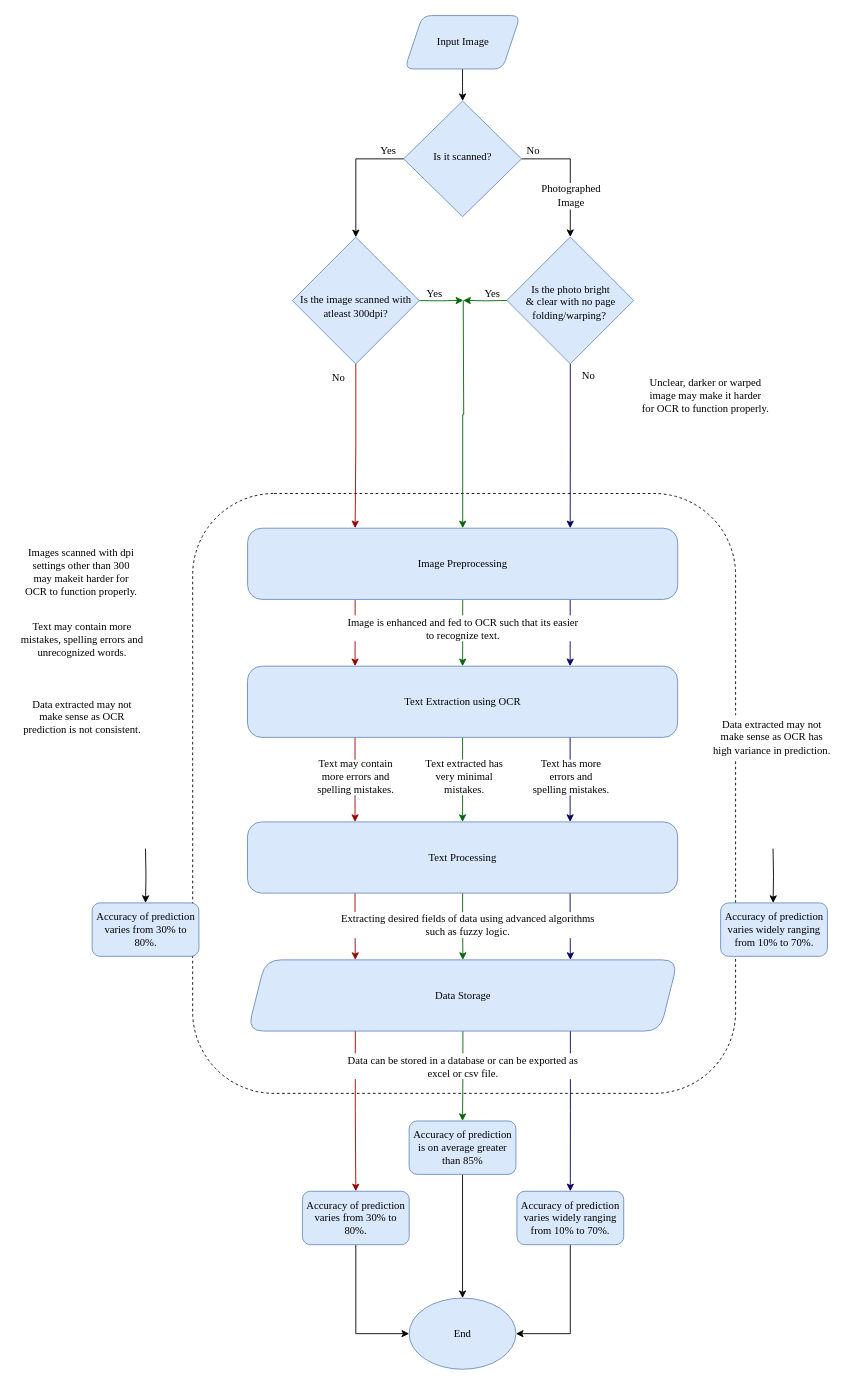
Earlier version of the draw.io diagram page "Page-3" (3 of 3) of workflow3.drawio (NiThIn-S/first). Source tidied: cells renumbered, new cells numbered last; positions are measured from the earlier drawing's top-left corner, leaving out a move shared by most shapes. Both pictures are drawn from the tidied source at 89%, with x=0, y=0 at pixel (15, 15).
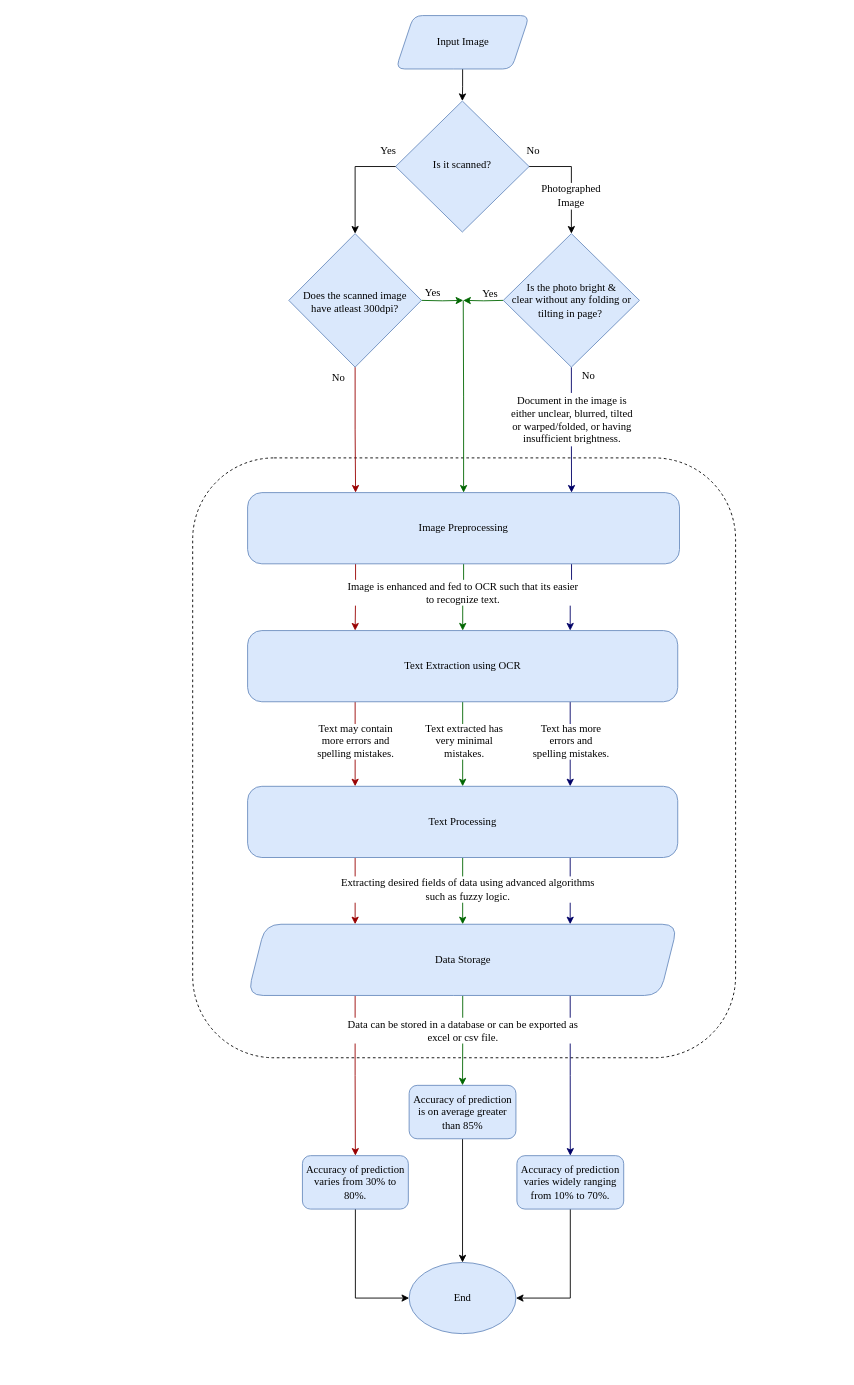
The same diagram, later.

Change to the diagram source:
```diff
@@
     <mxCell id="2" style="rounded=1;whiteSpace=wrap;html=1;labelBackgroundColor=none;textOpacity=0;glass=0;sketch=0;shadow=0;fillColor=none;dashed=1;" parent="1" vertex="1">
-      <mxGeometry x="199" y="537" width="610" height="674" as="geometry" />
+      <mxGeometry x="199" y="497" width="610" height="674" as="geometry" />
     </mxCell>
@@
-    <mxCell id="5" value="Is the photo bright&lt;div&gt;&amp;amp; clear with no page folding/warping?&amp;nbsp; &lt;br&gt;&lt;/div&gt;" style="rhombus;whiteSpace=wrap;shadow=0;fontFamily=Times New Roman;fontSize=12;align=center;strokeWidth=1;spacing=6;spacingTop=4;verticalAlign=middle;textDirection=ltr;html=1;horizontal=1;fillColor=#dae8fc;strokeColor=#6c8ebf;labelPosition=center;verticalLabelPosition=middle;spacingLeft=1;" parent="1" vertex="1">
-      <mxGeometry x="552" y="248.8" width="142.5" height="142.5" as="geometry" />
+    <mxCell id="5" value="&lt;div&gt;Is the photo bright &amp;amp; &lt;br&gt;&lt;/div&gt;&lt;div&gt;clear without any folding or tilting in page?&amp;nbsp; &lt;/div&gt;" style="rhombus;whiteSpace=wrap;shadow=0;fontFamily=Times New Roman;fontSize=12;align=center;strokeWidth=1;spacing=7;spacingTop=0;verticalAlign=middle;textDirection=ltr;html=1;horizontal=1;fillColor=#dae8fc;strokeColor=#6c8ebf;labelPosition=center;verticalLabelPosition=middle;spacingLeft=3;spacingRight=2;" parent="1" vertex="1">
+      <mxGeometry x="548" y="245" width="153" height="150" as="geometry" />
     </mxCell>
@@
     <mxCell id="7" value="&lt;br&gt;&lt;br&gt;&lt;p class=&quot;MsoNormal&quot; style=&quot;text-align: center&quot; align=&quot;center&quot;&gt;&lt;span lang=&quot;EN-IN&quot;&gt;Is it scanned?&lt;/span&gt;&lt;/p&gt;&lt;br&gt;&lt;br&gt;" style="rhombus;whiteSpace=wrap;html=1;shadow=0;fontFamily=Times New Roman;fontSize=12;align=center;strokeWidth=1;spacing=6;spacingTop=-4;fillColor=#dae8fc;strokeColor=#6c8ebf;" parent="1" vertex="1">
-      <mxGeometry x="436" y="96" width="132.5" height="130" as="geometry" />
+      <mxGeometry x="427" y="96" width="150" height="147.2" as="geometry" />
     </mxCell>
@@
-    <mxCell id="11" value="&lt;div&gt;&lt;span&gt;&lt;br&gt;&lt;/span&gt;&lt;/div&gt;&lt;div&gt;&lt;span&gt;Is the image scanned&lt;/span&gt;&lt;span&gt; with atleast 300dpi? &lt;/span&gt;&lt;/div&gt;" style="rhombus;whiteSpace=wrap;shadow=0;fontFamily=Times New Roman;fontSize=12;align=center;strokeWidth=1;spacing=6;spacingTop=-1;verticalAlign=middle;textDirection=ltr;html=1;horizontal=1;fillColor=#dae8fc;strokeColor=#6c8ebf;labelPosition=center;verticalLabelPosition=middle;" parent="1" vertex="1">
-      <mxGeometry x="311" y="249" width="142.5" height="142.5" as="geometry" />
+    <mxCell id="11" value="&lt;div&gt;&lt;span&gt;Does the scanned image &lt;/span&gt;&lt;span&gt;have atleast 300dpi? &lt;/span&gt;&lt;/div&gt;" style="rhombus;whiteSpace=wrap;shadow=0;fontFamily=Times New Roman;fontSize=12;align=center;strokeWidth=1;spacing=7;spacingTop=4;verticalAlign=middle;textDirection=ltr;html=1;horizontal=1;fillColor=#dae8fc;strokeColor=#6c8ebf;labelPosition=center;verticalLabelPosition=middle;" parent="1" vertex="1">
+      <mxGeometry x="307" y="245" width="149" height="150" as="geometry" />
     </mxCell>
@@
     <mxCell id="19" value="&lt;div&gt;&lt;span&gt;Image Preprocessing&lt;/span&gt;&lt;/div&gt;" style="rounded=1;whiteSpace=wrap;html=1;align=center;fillColor=#dae8fc;strokeColor=#6c8ebf;fontFamily=Times New Roman;fontStyle=0;arcSize=20;" parent="1" vertex="1">
-      <mxGeometry x="260.7" y="576" width="483.3" height="80" as="geometry" />
+      <mxGeometry x="260.7" y="536" width="485.3" height="80" as="geometry" />
     </mxCell>
@@
     <mxCell id="21" value="&#10;Input Image&#10;&#10;" style="shape=parallelogram;perimeter=parallelogramPerimeter;whiteSpace=wrap;html=1;fixedSize=1;rounded=1;strokeColor=#6c8ebf;fillColor=#dae8fc;labelPosition=center;verticalLabelPosition=middle;align=center;verticalAlign=middle;strokeWidth=1;spacingLeft=2;spacingTop=13;fontFamily=Times New Roman;" parent="1" vertex="1">
-      <mxGeometry x="437.3" width="129.8" height="60" as="geometry" />
+      <mxGeometry x="427.3" width="150" height="60" as="geometry" />
     </mxCell>
     <mxCell id="22" value="Yes" style="text;html=1;strokeColor=none;fillColor=none;align=center;verticalAlign=middle;whiteSpace=wrap;rounded=0;fontFamily=Times New Roman;" parent="1" vertex="1">
-      <mxGeometry x="451" y="303" width="40" height="20" as="geometry" />
+      <mxGeometry x="463" y="306" width="12" height="12" as="geometry" />
     </mxCell>
@@
     <mxCell id="25" value="End" style="ellipse;whiteSpace=wrap;html=1;rounded=1;strokeColor=#6c8ebf;fillColor=#dae8fc;spacingTop=-1;spacingLeft=1;fontFamily=Times New Roman;" parent="1" vertex="1">
-      <mxGeometry x="442.2" y="1441" width="120" height="80" as="geometry" />
+      <mxGeometry x="442.2" y="1401" width="120" height="80" as="geometry" />
     </mxCell>
-    <mxCell id="26" style="edgeStyle=orthogonalEdgeStyle;rounded=0;orthogonalLoop=1;jettySize=auto;html=1;" parent="1" edge="1">
-      <mxGeometry relative="1" as="geometry">
-        <mxPoint x="851.1" y="936" as="sourcePoint" />
-        <mxPoint x="851.2" y="997" as="targetPoint" />
-      </mxGeometry>
-    </mxCell>
-    <mxCell id="27" value="&lt;div&gt;Unclear, darker or warped&lt;/div&gt;&lt;div&gt; image may make it harder&lt;/div&gt;&lt;div&gt; for OCR to function properly.&lt;/div&gt;" style="text;html=1;strokeColor=none;align=center;verticalAlign=middle;whiteSpace=wrap;rounded=0;fontSize=12;fontFamily=Times New Roman;fillColor=#ffffff;" parent="1" vertex="1">
-      <mxGeometry x="700" y="397" width="151" height="60" as="geometry" />
+    <mxCell id="27" value="&lt;div&gt;Document in the image is either unclear, blurred, tilted or warped/folded, or having insufficient brightness.&lt;/div&gt;" style="text;html=1;strokeColor=none;align=center;verticalAlign=middle;whiteSpace=wrap;rounded=0;fontSize=12;fontFamily=Times New Roman;fillColor=#ffffff;" parent="1" vertex="1">
+      <mxGeometry x="550" y="424" width="151" height="60" as="geometry" />
     </mxCell>
-    <mxCell id="28" value="&lt;div&gt;Data extracted may not &lt;br&gt;&lt;/div&gt;&lt;div&gt;make sense as OCR has&lt;/div&gt;&lt;div&gt; high variance in prediction.&lt;br&gt;&lt;/div&gt;" style="text;html=1;strokeColor=none;align=center;verticalAlign=middle;whiteSpace=wrap;rounded=0;fontSize=12;fontFamily=Times New Roman;fillColor=#ffffff;" parent="1" vertex="1">
-      <mxGeometry x="775" y="786" width="150" height="50" as="geometry" />
-    </mxCell>
-    <mxCell id="29" style="edgeStyle=orthogonalEdgeStyle;rounded=0;jettySize=auto;html=1;" parent="1" edge="1" target="35">
-      <mxGeometry relative="1" as="geometry">
-        <mxPoint x="146" y="936" as="sourcePoint" />
-      </mxGeometry>
-    </mxCell>
-    <mxCell id="30" value="&lt;div&gt;Text may contain more mistakes, spelling errors and unrecognized words.&lt;br&gt;&lt;/div&gt;" style="text;html=1;align=center;verticalAlign=middle;whiteSpace=wrap;rounded=0;fontSize=12;fontFamily=Times New Roman;fillColor=#ffffff;" parent="1" vertex="1">
-      <mxGeometry y="681" width="150" height="40" as="geometry" />
-    </mxCell>
-    <mxCell id="31" value="&lt;div&gt;Data extracted may not make sense as OCR prediction is not consistent.&lt;br&gt;&lt;/div&gt;" style="text;html=1;strokeColor=none;align=center;verticalAlign=middle;whiteSpace=wrap;rounded=0;fontSize=12;fontFamily=Times New Roman;fillColor=#ffffff;" parent="1" vertex="1">
-      <mxGeometry x="7" y="762.5" width="136" height="51" as="geometry" />
-    </mxCell>
-    <mxCell id="32" value="&lt;div&gt;Images scanned with dpi&lt;/div&gt;&lt;div&gt; settings other than 300 &lt;br&gt;&lt;/div&gt;&lt;div&gt;may makeit harder for &lt;br&gt;&lt;/div&gt;&lt;div&gt;OCR to function properly. &lt;br&gt;&lt;/div&gt;" style="text;strokeColor=none;align=center;verticalAlign=middle;rounded=0;fontSize=12;textDirection=ltr;html=1;whiteSpace=wrap;labelBorderColor=none;labelBackgroundColor=none;fontStyle=0;fontFamily=Times New Roman;fillColor=#ffffff;" parent="1" vertex="1">
-      <mxGeometry x="5" y="598.5" width="138.1" height="52.5" as="geometry" />
-    </mxCell>
@@
     <mxCell id="34" value="Accuracy of prediction is on average greater than 85%" style="whiteSpace=wrap;html=1;rounded=1;fontFamily=Times New Roman;strokeColor=#6c8ebf;fillColor=#dae8fc;spacingTop=-1;spacingLeft=1;" parent="1" vertex="1">
-      <mxGeometry x="442.2" y="1242" width="120" height="60" as="geometry" />
+      <mxGeometry x="442.2" y="1202" width="120" height="60" as="geometry" />
     </mxCell>
-    <mxCell id="35" value="&lt;div&gt;Accuracy of prediction &lt;br&gt;&lt;/div&gt;&lt;div&gt;varies from 30% to 80%.&lt;/div&gt;" style="whiteSpace=wrap;html=1;rounded=1;fontFamily=Times New Roman;strokeColor=#6c8ebf;fillColor=#dae8fc;spacingTop=-1;spacingLeft=1;" parent="1" vertex="1">
-      <mxGeometry x="86" y="997" width="120" height="60" as="geometry" />
-    </mxCell>
-    <mxCell id="36" value="Accuracy of prediction varies widely ranging from 10% to 70%." style="whiteSpace=wrap;html=1;rounded=1;fontFamily=Times New Roman;strokeColor=#6c8ebf;fillColor=#dae8fc;spacingTop=-1;spacingLeft=1;" parent="1" vertex="1">
-      <mxGeometry x="792.2" y="997" width="120" height="60" as="geometry" />
-    </mxCell>
     <mxCell id="37" value="Yes" style="text;html=1;strokeColor=none;fillColor=none;align=center;verticalAlign=middle;whiteSpace=wrap;rounded=0;fontFamily=Times New Roman;" parent="1" vertex="1">
-      <mxGeometry x="515.5" y="303" width="40" height="20" as="geometry" />
+      <mxGeometry x="522.5" y="308" width="20.5" height="9" as="geometry" />
     </mxCell>
@@
     <mxCell id="41" value="&lt;div&gt;Text Extraction using OCR&lt;/div&gt;" style="rounded=1;whiteSpace=wrap;html=1;align=center;fillColor=#dae8fc;strokeColor=#6c8ebf;fontFamily=Times New Roman;fontStyle=0;arcSize=20;" parent="1" vertex="1">
-      <mxGeometry x="260.6" y="731" width="483.3" height="80" as="geometry" />
+      <mxGeometry x="260.7" y="691" width="483.3" height="80" as="geometry" />
     </mxCell>
     <mxCell id="42" value="Image is enhanced and fed to OCR such that its easier to recognize text." style="text;html=1;strokeColor=none;align=center;verticalAlign=middle;whiteSpace=wrap;rounded=0;fillColor=#ffffff;spacingTop=0;fontFamily=Times New Roman;spacing=2;" parent="1" vertex="1">
-      <mxGeometry x="368" y="674" width="270" height="29" as="geometry" />
+      <mxGeometry x="368" y="634" width="270" height="29" as="geometry" />
     </mxCell>
@@
     <mxCell id="46" value="Text Processing" style="rounded=1;whiteSpace=wrap;html=1;align=center;fillColor=#dae8fc;strokeColor=#6c8ebf;fontFamily=Times New Roman;fontStyle=0;arcSize=20;" parent="1" vertex="1">
-      <mxGeometry x="260.6" y="906" width="483.3" height="80" as="geometry" />
+      <mxGeometry x="260.7" y="866" width="483.3" height="80" as="geometry" />
     </mxCell>
     <mxCell id="47" value="&lt;div&gt;Text extracted has very minimal &lt;br&gt;&lt;/div&gt;&lt;div&gt;mistakes.&lt;/div&gt;" style="text;html=1;strokeColor=none;align=center;verticalAlign=middle;whiteSpace=wrap;rounded=0;fontSize=12;fontFamily=Times New Roman;fillColor=#FFFFFF;spacingTop=-2;" parent="1" vertex="1">
-      <mxGeometry x="457" y="836" width="94.5" height="40" as="geometry" />
+      <mxGeometry x="457" y="796" width="94.5" height="40" as="geometry" />
     </mxCell>
     <mxCell id="48" value="&lt;div&gt;Text may contain &lt;br&gt;&lt;/div&gt;&lt;div&gt;more errors and&lt;/div&gt;&lt;div&gt; spelling mistakes.&lt;br&gt;&lt;/div&gt;" style="text;html=1;align=center;verticalAlign=middle;whiteSpace=wrap;rounded=0;fontSize=12;fontFamily=Times New Roman;fillColor=#ffffff;spacingTop=-2;" parent="1" vertex="1">
-      <mxGeometry x="333" y="836" width="98.5" height="40" as="geometry" />
+      <mxGeometry x="333" y="796" width="98.5" height="40" as="geometry" />
     </mxCell>
     <mxCell id="49" value="&lt;div&gt;Text has more errors and&lt;/div&gt;&lt;div&gt; spelling mistakes.&lt;br&gt;&lt;/div&gt;" style="text;html=1;strokeColor=none;align=center;verticalAlign=middle;whiteSpace=wrap;rounded=0;fontSize=12;fontFamily=Times New Roman;fillColor=#FFFFFF;spacingTop=-2;" parent="1" vertex="1">
-      <mxGeometry x="577" y="836" width="94.5" height="40" as="geometry" />
+      <mxGeometry x="577" y="796" width="94.5" height="40" as="geometry" />
     </mxCell>
@@
     <mxCell id="53" value="Data Storage" style="shape=parallelogram;perimeter=parallelogramPerimeter;whiteSpace=wrap;html=1;fixedSize=1;rounded=1;strokeColor=#6c8ebf;fillColor=#dae8fc;spacingTop=-1;spacingLeft=1;fontFamily=Times New Roman;size=20;arcSize=35;" parent="1" vertex="1">
-      <mxGeometry x="260.9" y="1061" width="483.3" height="80" as="geometry" />
+      <mxGeometry x="260.7" y="1021" width="483.3" height="80" as="geometry" />
     </mxCell>
     <mxCell id="54" value="&lt;span style=&quot;&quot;&gt;Extracting desired fields of data using advanced algorithms such as fuzzy logic.&lt;/span&gt;" style="text;html=1;strokeColor=none;align=center;verticalAlign=middle;whiteSpace=wrap;rounded=0;fillColor=#ffffff;spacingTop=0;fontFamily=Times New Roman;spacing=2;labelBorderColor=none;labelBackgroundColor=#ffffff;" parent="1" vertex="1">
-      <mxGeometry x="364.9" y="1007.5" width="287.1" height="29" as="geometry" />
+      <mxGeometry x="364.9" y="967.5" width="287.1" height="29" as="geometry" />
     </mxCell>
@@
     <mxCell id="56" value="Accuracy of prediction varies widely ranging from 10% to 70%." style="whiteSpace=wrap;html=1;rounded=1;fontFamily=Times New Roman;strokeColor=#6c8ebf;fillColor=#dae8fc;spacingTop=-1;spacingLeft=1;" parent="1" vertex="1">
-      <mxGeometry x="563.3" y="1321" width="120" height="60" as="geometry" />
+      <mxGeometry x="563.3" y="1281" width="120" height="60" as="geometry" />
     </mxCell>
@@
     <mxCell id="58" value="&lt;div&gt;Accuracy of prediction &lt;br&gt;&lt;/div&gt;&lt;div&gt;varies from 30% to 80%.&lt;/div&gt;" style="whiteSpace=wrap;html=1;rounded=1;fontFamily=Times New Roman;strokeColor=#6c8ebf;fillColor=#dae8fc;spacingTop=-1;spacingLeft=1;" parent="1" vertex="1">
-      <mxGeometry x="322.3" y="1321" width="120" height="60" as="geometry" />
+      <mxGeometry x="322.3" y="1281" width="119" height="60" as="geometry" />
     </mxCell>
     <mxCell id="59" value="&lt;div&gt;Data can be stored in a database or can be exported as excel or csv file.&lt;/div&gt;" style="text;html=1;strokeColor=none;align=center;verticalAlign=middle;whiteSpace=wrap;rounded=0;fillColor=#ffffff;spacingTop=0;fontFamily=Times New Roman;spacing=2;" parent="1" vertex="1">
-      <mxGeometry x="365.6" y="1166" width="274" height="29" as="geometry" />
+      <mxGeometry x="365.6" y="1126" width="274" height="29" as="geometry" />
     </mxCell>
```
